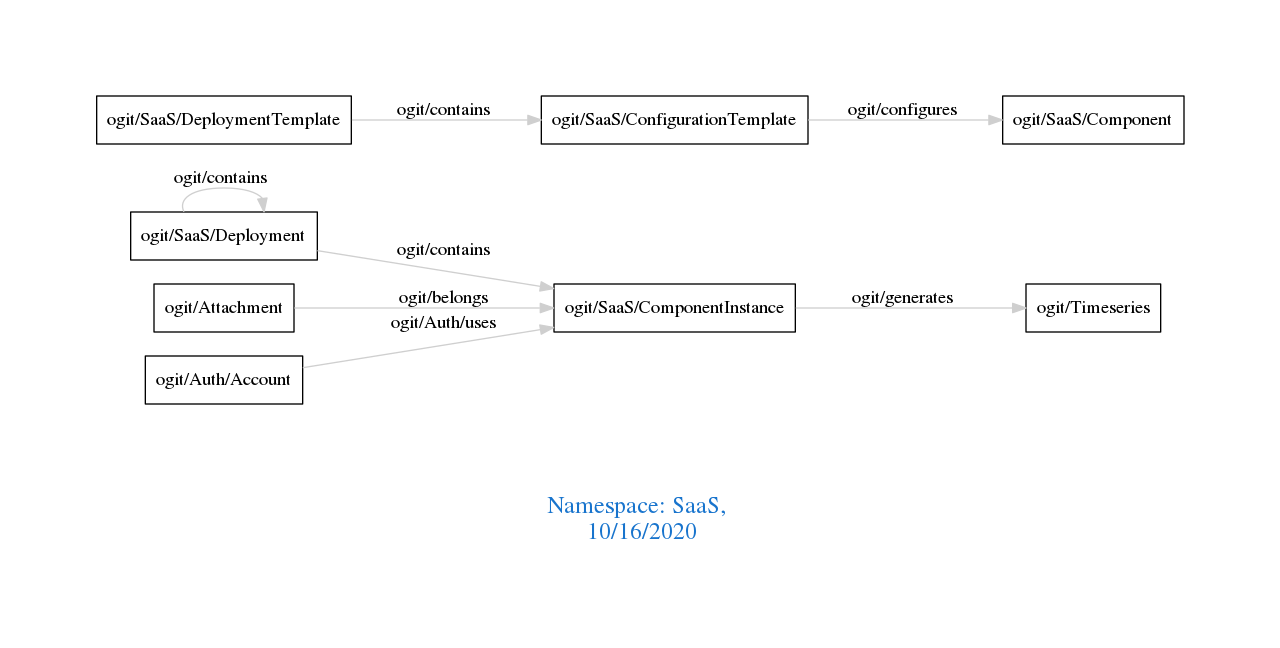
Before: downloads/SaaS.png, a diagram exported from Graphviz (arago/OGIT). Its source is kept beside it as downloads/SaaS.dot.
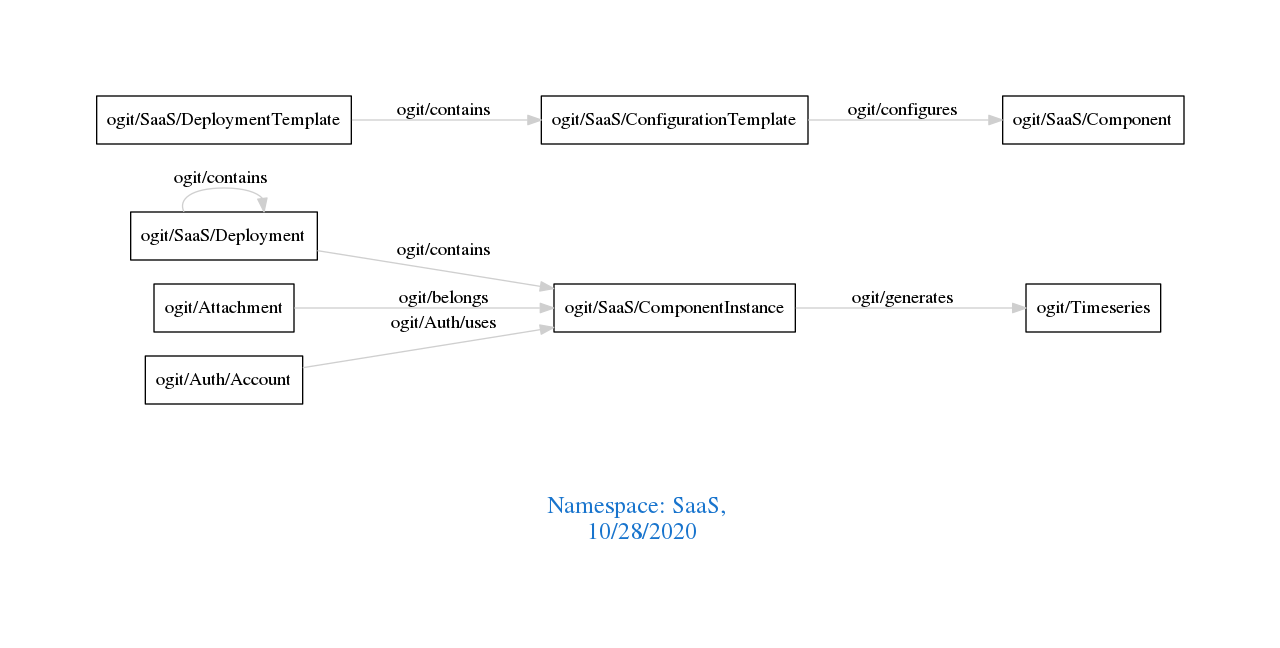
The same diagram one commit later.

Diff of the diagram source:
```diff
@@ -1,7 +1,7 @@
 digraph OGIT_ontology {
  graph [ rankdir= LR,pad=1
 fontsize = 18,
-fontcolor= dodgerblue3,label = "\n\n\nNamespace: SaaS, \n 10/16/2020"];
+fontcolor= dodgerblue3,label = "\n\n\nNamespace: SaaS, \n 10/28/2020"];
 node[shape=polygon];
 edge [  color="gray81"];
 
```
